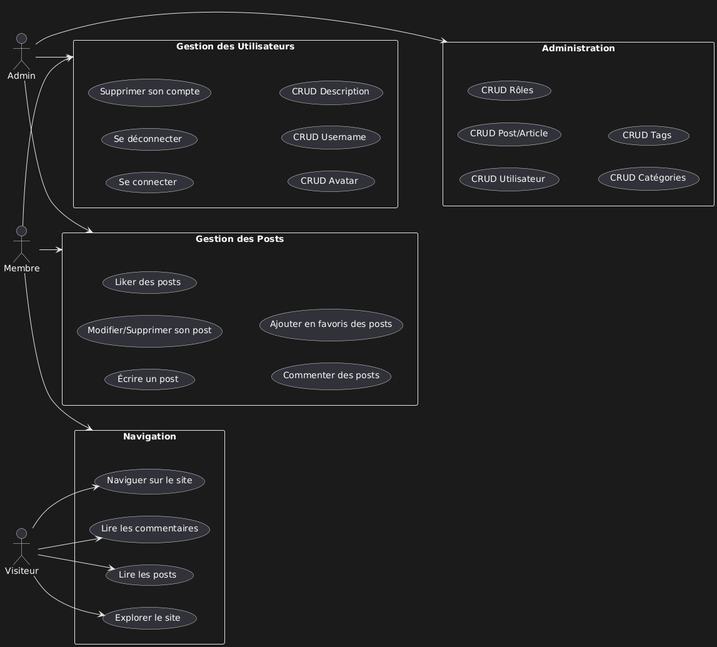
manelbenhamouda/projets-CDA keeps this PlantUML diagram as Dossier_Technique/UML/UseCase_Diagram.png. Above is the earlier version.
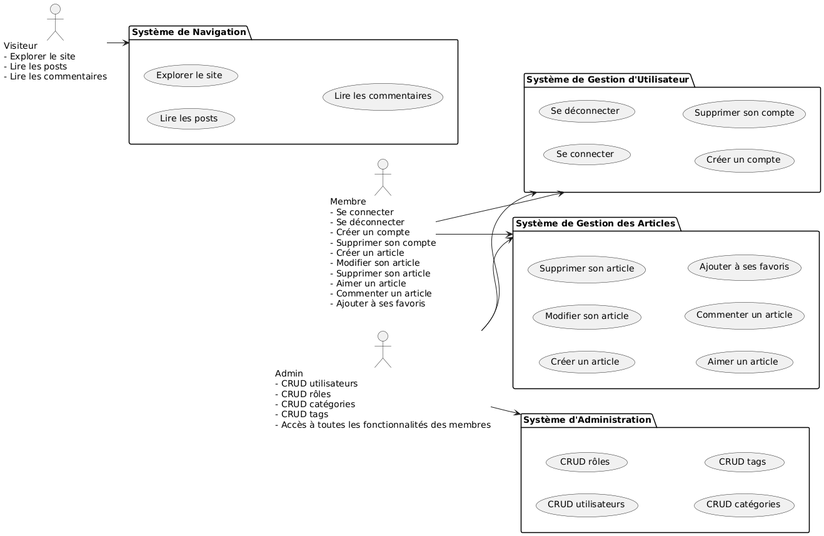
After the change.

Commit message:
usecase diagramme

The edit, as a diff of the source:
```diff
@@ -1,52 +1,43 @@
 @startuml
 left to right direction
 
-actor Visiteur
-actor Membre
-actor Admin
+actor Visiteur as "Visiteur\n- Explorer le site\n- Lire les posts\n- Lire les commentaires"
+actor Membre as "Membre\n- Se connecter\n- Se déconnecter\n- Créer un compte\n- Supprimer son compte\n- Créer un article\n- Modifier son article\n- Supprimer son article\n- Aimer un article\n- Commenter un article\n- Ajouter à ses favoris"
+actor Admin as "Admin\n- CRUD utilisateurs\n- CRUD rôles\n- CRUD catégories\n- CRUD tags\n- Accès à toutes les fonctionnalités des membres"
 
-rectangle "Navigation" as Navigation {
+package "Système de Navigation" {
     usecase "Explorer le site" as UC1
     usecase "Lire les posts" as UC2
     usecase "Lire les commentaires" as UC3
-    usecase "Naviguer sur le site" as UC4
 }
 
-rectangle "Gestion des Utilisateurs" as GestionUtilisateurs {
-    usecase "Se connecter" as UC5
-    usecase "Se déconnecter" as UC6
-    usecase "Supprimer son compte" as UC10
-    usecase "CRUD Avatar" as UC13
-    usecase "CRUD Username" as UC14
-    usecase "CRUD Description" as UC15
+package "Système d'Administration" {
+    usecase "CRUD utilisateurs" as UC4
+    usecase "CRUD rôles" as UC5
+    usecase "CRUD catégories" as UC6
+    usecase "CRUD tags" as UC7
 }
 
-rectangle "Gestion des Posts" as GestionPosts {
-    usecase "Écrire un post" as UC11
-    usecase "Modifier/Supprimer son post" as UC12
-    usecase "Liker des posts" as UC7
-    usecase "Commenter des posts" as UC8
-    usecase "Ajouter en favoris des posts" as UC9
+package "Système de Gestion d'Utilisateur" {
+    usecase "Se connecter" as UC8
+    usecase "Se déconnecter" as UC9
+    usecase "Créer un compte" as UC10
+    usecase "Supprimer son compte" as UC11
 }
 
-rectangle "Administration" as Administration {
-    usecase "CRUD Utilisateur" as UC16
-    usecase "CRUD Post/Article" as UC17
-    usecase "CRUD Rôles" as UC18
-    usecase "CRUD Catégories" as UC19
-    usecase "CRUD Tags" as UC20
+package "Système de Gestion des Articles" {
+    usecase "Créer un article" as UC12
+    usecase "Modifier son article" as UC13
+    usecase "Supprimer son article" as UC14
+    usecase "Aimer un article" as UC15
+    usecase "Commenter un article" as UC16
+    usecase "Ajouter à ses favoris" as UC17
 }
 
-Visiteur --> UC1
-Visiteur --> UC2
-Visiteur --> UC3
-Visiteur --> UC4
-
-Membre --> GestionUtilisateurs
-Membre --> GestionPosts
-Membre --> Navigation
-
-Admin --> GestionUtilisateurs
-Admin --> GestionPosts
-Admin --> Administration
+Visiteur --> "Système de Navigation"
+Membre --> "Système de Gestion d'Utilisateur"
+Membre --> "Système de Gestion des Articles"
+Admin --> "Système d'Administration"
+Admin --> "Système de Gestion d'Utilisateur"
+Admin --> "Système de Gestion des Articles"
 @enduml
```
